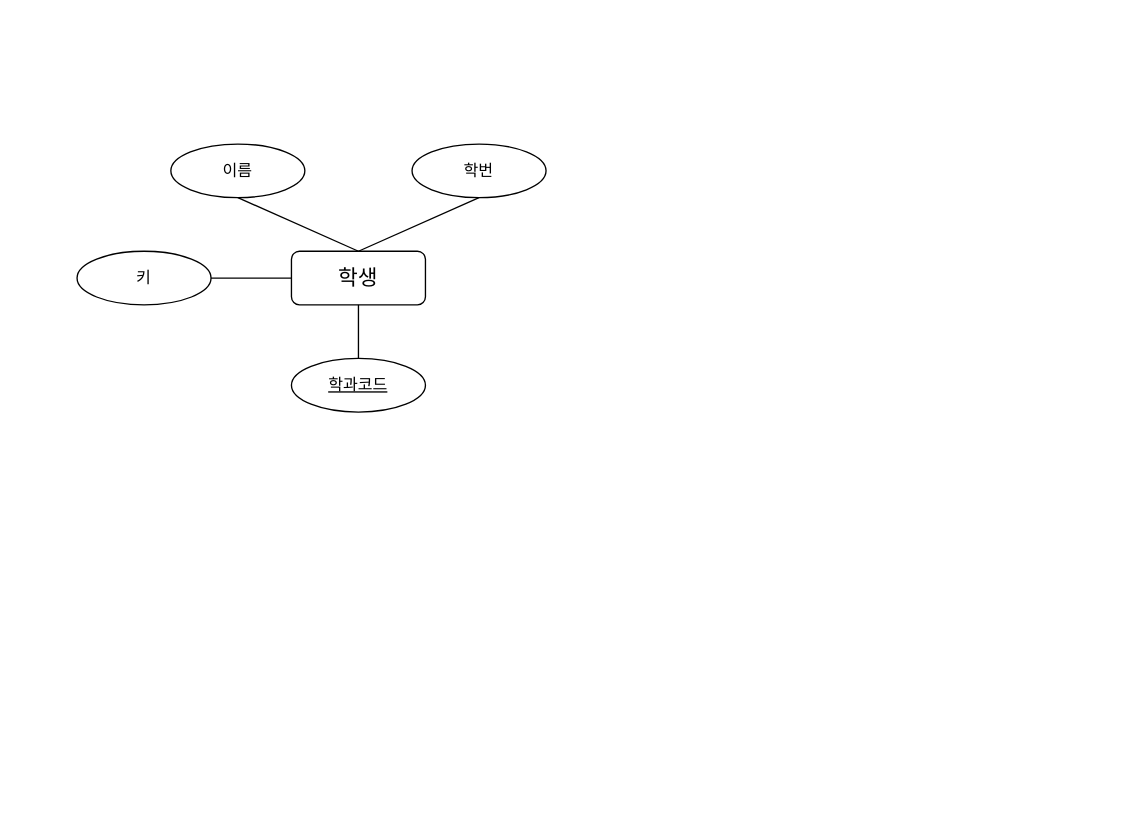
The draw.io diagram page "개념적 모델링" (1 of 2) of 학사관리 시스템.drawio in Chordingg/ERD-, before the edit. Source tidied: cells renumbered, new cells numbered last; positions are measured from the earlier drawing's top-left corner, leaving out a move shared by most shapes. Both pictures are drawn from the tidied source at 134%, with x=0, y=0 at pixel (76, 143).
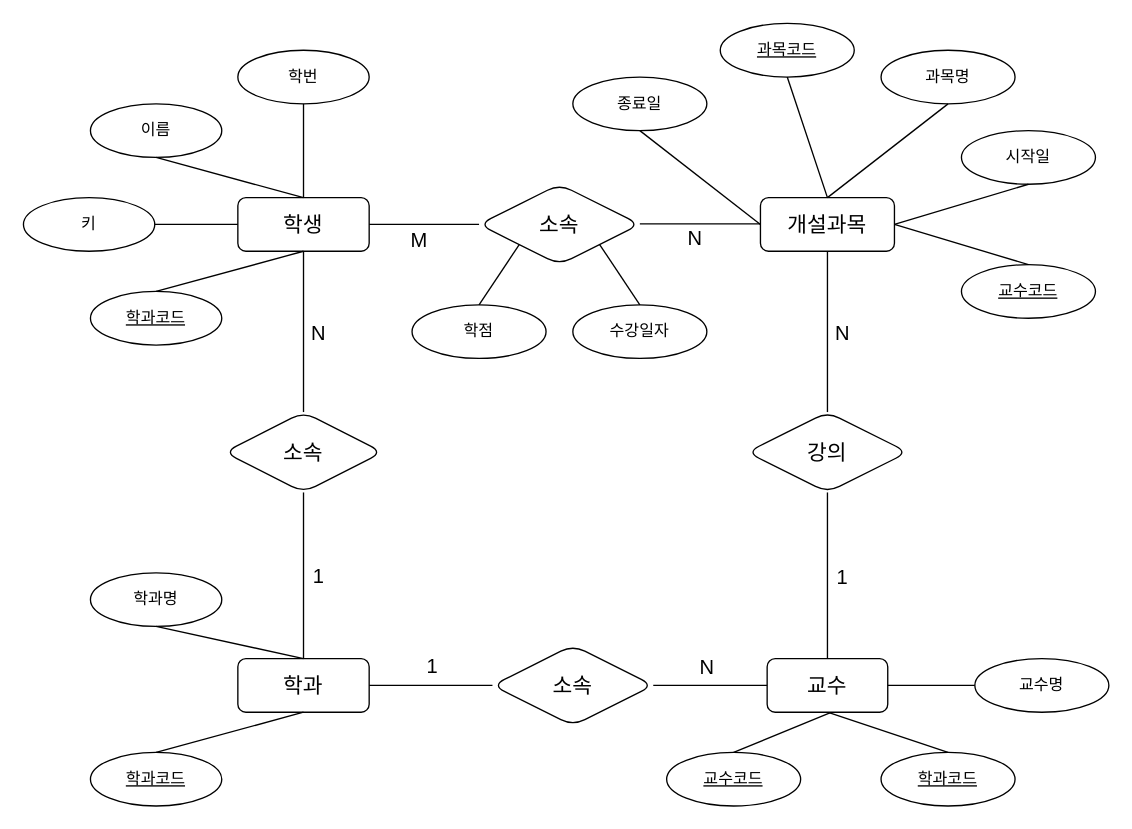
Above is the later version.

Commit message (it also covers changes not shown here):
학사관리 시스템.drawio 업데이트

Change to the diagram source:
```diff
@@
     <mxCell id="2" value="&lt;font style=&quot;font-size: 16px;&quot;&gt;학생&lt;/font&gt;" style="whiteSpace=wrap;html=1;align=center;rounded=1;" parent="1" vertex="1">
-      <mxGeometry x="160" y="80" width="100" height="40" as="geometry" />
+      <mxGeometry x="120" y="40" width="98" height="40" as="geometry" />
     </mxCell>
     <mxCell id="3" value="학과코드" style="ellipse;whiteSpace=wrap;html=1;align=center;fontStyle=4;rounded=1;" parent="1" vertex="1">
-      <mxGeometry x="160" y="160" width="100" height="40" as="geometry" />
+      <mxGeometry x="10" y="110" width="98" height="40" as="geometry" />
     </mxCell>
     <mxCell id="4" value="이름" style="ellipse;whiteSpace=wrap;html=1;align=center;rounded=1;" parent="1" vertex="1">
-      <mxGeometry x="70" width="100" height="40" as="geometry" />
+      <mxGeometry x="10" y="-30" width="98" height="40" as="geometry" />
     </mxCell>
     <mxCell id="5" value="키" style="ellipse;whiteSpace=wrap;html=1;align=center;rounded=1;" parent="1" vertex="1">
-      <mxGeometry y="80" width="100" height="40" as="geometry" />
+      <mxGeometry x="-40" y="40" width="98" height="40" as="geometry" />
     </mxCell>
     <mxCell id="6" value="학번" style="ellipse;whiteSpace=wrap;html=1;align=center;rounded=1;" parent="1" vertex="1">
-      <mxGeometry x="250" width="100" height="40" as="geometry" />
+      <mxGeometry x="120" y="-70" width="98" height="40" as="geometry" />
     </mxCell>
-    <mxCell id="7" style="endArrow=none;html=1;rounded=0;fontSize=12;startSize=8;endSize=8;curved=1;entryX=0.5;entryY=1;entryDx=0;entryDy=0;exitX=0.5;exitY=0;exitDx=0;exitDy=0;" parent="1" edge="1" source="2" target="6">
+    <mxCell id="7" style="endArrow=none;html=1;rounded=1;fontSize=12;startSize=8;endSize=8;curved=1;entryX=0.5;entryY=1;entryDx=0;entryDy=0;exitX=0.5;exitY=0;exitDx=0;exitDy=0;" parent="1" edge="1" source="2" target="6">
       <mxGeometry relative="1" as="geometry" />
     </mxCell>
-    <mxCell id="8" style="endArrow=none;html=1;rounded=0;fontSize=12;startSize=8;endSize=8;curved=1;exitX=0.5;exitY=1;exitDx=0;exitDy=0;entryX=0.5;entryY=0;entryDx=0;entryDy=0;" parent="1" edge="1" source="4" target="2">
+    <mxCell id="8" style="endArrow=none;html=1;rounded=1;fontSize=12;startSize=8;endSize=8;curved=1;exitX=0.5;exitY=1;exitDx=0;exitDy=0;entryX=0.5;entryY=0;entryDx=0;entryDy=0;" parent="1" edge="1" source="4" target="2">
       <mxGeometry relative="1" as="geometry" />
     </mxCell>
-    <mxCell id="9" style="endArrow=none;html=1;rounded=0;fontSize=12;startSize=8;endSize=8;curved=1;exitX=1;exitY=0.5;exitDx=0;exitDy=0;entryX=0;entryY=0.5;entryDx=0;entryDy=0;" parent="1" edge="1" source="5" target="2">
+    <mxCell id="9" style="endArrow=none;html=1;rounded=1;fontSize=12;startSize=8;endSize=8;curved=1;exitX=1;exitY=0.5;exitDx=0;exitDy=0;entryX=0;entryY=0.5;entryDx=0;entryDy=0;" parent="1" edge="1" source="5" target="2">
       <mxGeometry relative="1" as="geometry" />
     </mxCell>
-    <mxCell id="10" style="endArrow=none;html=1;rounded=0;fontSize=12;startSize=8;endSize=8;curved=1;exitX=0.5;exitY=1;exitDx=0;exitDy=0;" parent="1" edge="1" source="2">
-      <mxGeometry relative="1" as="geometry">
-        <mxPoint x="210" y="160" as="targetPoint" />
-      </mxGeometry>
+    <mxCell id="10" style="endArrow=none;html=1;rounded=1;fontSize=12;startSize=8;endSize=8;curved=1;exitX=0.5;exitY=1;exitDx=0;exitDy=0;entryX=0.5;entryY=0;entryDx=0;entryDy=0;" parent="1" edge="1" source="2" target="3">
+      <mxGeometry relative="1" as="geometry" />
     </mxCell>
+    <mxCell id="11" value="&lt;span style=&quot;font-size: 16px;&quot;&gt;학과&lt;/span&gt;" style="whiteSpace=wrap;html=1;align=center;rounded=1;" parent="1" vertex="1">
+      <mxGeometry x="120" y="384" width="98" height="40" as="geometry" />
+    </mxCell>
+    <mxCell id="12" value="학과명" style="ellipse;whiteSpace=wrap;html=1;align=center;rounded=1;" parent="1" vertex="1">
+      <mxGeometry x="10" y="320" width="98" height="40" as="geometry" />
+    </mxCell>
+    <mxCell id="13" value="학과코드" style="ellipse;whiteSpace=wrap;html=1;align=center;fontStyle=4;rounded=1;" parent="1" vertex="1">
+      <mxGeometry x="10" y="454" width="98" height="40" as="geometry" />
+    </mxCell>
+    <mxCell id="14" style="endArrow=none;html=1;rounded=1;fontSize=12;startSize=8;endSize=8;curved=1;entryX=0.5;entryY=1;entryDx=0;entryDy=0;exitX=0.5;exitY=0;exitDx=0;exitDy=0;" parent="1" edge="1" source="13" target="11">
+      <mxGeometry relative="1" as="geometry" />
+    </mxCell>
+    <mxCell id="15" style="endArrow=none;html=1;rounded=1;fontSize=12;startSize=8;endSize=8;curved=1;entryX=0.5;entryY=1;entryDx=0;entryDy=0;exitX=0.5;exitY=0;exitDx=0;exitDy=0;" parent="1" edge="1" source="11" target="12">
+      <mxGeometry relative="1" as="geometry" />
+    </mxCell>
+    <mxCell id="16" value="학과코드" style="ellipse;whiteSpace=wrap;html=1;align=center;fontStyle=4;rounded=1;" parent="1" vertex="1">
+      <mxGeometry x="600" y="454" width="100" height="40" as="geometry" />
+    </mxCell>
+    <mxCell id="17" value="교수코드" style="ellipse;whiteSpace=wrap;html=1;align=center;fontStyle=4;rounded=1;" parent="1" vertex="1">
+      <mxGeometry x="440" y="454" width="100" height="40" as="geometry" />
+    </mxCell>
+    <mxCell id="18" style="endArrow=none;html=1;rounded=1;fontSize=12;startSize=8;endSize=8;curved=1;exitX=0.5;exitY=0;exitDx=0;exitDy=0;entryX=0;entryY=1;entryDx=0;entryDy=0;" parent="1" edge="1" source="17">
+      <mxGeometry relative="1" as="geometry">
+        <mxPoint x="575" y="419" as="targetPoint" />
+      </mxGeometry>
+    </mxCell>
+    <mxCell id="19" style="endArrow=none;html=1;rounded=1;fontSize=12;startSize=8;endSize=8;curved=1;exitX=0.5;exitY=0;exitDx=0;exitDy=0;entryX=0.5;entryY=1;entryDx=0;entryDy=0;" parent="1" edge="1" source="16" target="20">
+      <mxGeometry relative="1" as="geometry" />
+    </mxCell>
+    <mxCell id="20" value="&lt;font style=&quot;font-size: 16px;&quot;&gt;교수&lt;/font&gt;" style="whiteSpace=wrap;html=1;align=center;rounded=1;" parent="1" vertex="1">
+      <mxGeometry x="515" y="384" width="90" height="40" as="geometry" />
+    </mxCell>
+    <mxCell id="21" value="교수명" style="ellipse;whiteSpace=wrap;html=1;align=center;rounded=1;" parent="1" vertex="1">
+      <mxGeometry x="670" y="384" width="100" height="40" as="geometry" />
+    </mxCell>
+    <mxCell id="22" style="endArrow=none;html=1;rounded=1;fontSize=12;startSize=8;endSize=8;curved=1;exitX=1;exitY=0.5;exitDx=0;exitDy=0;entryX=0;entryY=0.5;entryDx=0;entryDy=0;" parent="1" edge="1" source="20" target="21">
+      <mxGeometry relative="1" as="geometry" />
+    </mxCell>
+    <mxCell id="23" value="&lt;font style=&quot;font-size: 16px;&quot;&gt;개설과목&lt;/font&gt;" style="whiteSpace=wrap;html=1;align=center;rounded=1;" parent="1" vertex="1">
+      <mxGeometry x="510" y="40" width="100" height="40" as="geometry" />
+    </mxCell>
+    <mxCell id="24" value="과목코드" style="ellipse;whiteSpace=wrap;html=1;align=center;fontStyle=4;rounded=1;" parent="1" vertex="1">
+      <mxGeometry x="480" y="-90" width="100" height="40" as="geometry" />
+    </mxCell>
+    <mxCell id="25" value="교수코드" style="ellipse;whiteSpace=wrap;html=1;align=center;fontStyle=4;rounded=1;" parent="1" vertex="1">
+      <mxGeometry x="660" y="90" width="100" height="40" as="geometry" />
+    </mxCell>
+    <mxCell id="26" value="과목명" style="ellipse;whiteSpace=wrap;html=1;align=center;rounded=1;" parent="1" vertex="1">
+      <mxGeometry x="600" y="-70" width="100" height="40" as="geometry" />
+    </mxCell>
+    <mxCell id="27" value="종료일" style="ellipse;whiteSpace=wrap;html=1;align=center;rounded=1;" parent="1" vertex="1">
+      <mxGeometry x="370" y="-50" width="100" height="40" as="geometry" />
+    </mxCell>
+    <mxCell id="28" value="시작일" style="ellipse;whiteSpace=wrap;html=1;align=center;rounded=1;" parent="1" vertex="1">
+      <mxGeometry x="660" y="-10" width="100" height="40" as="geometry" />
+    </mxCell>
+    <mxCell id="29" style="endArrow=none;html=1;rounded=1;fontSize=12;startSize=8;endSize=8;curved=1;entryX=0.5;entryY=1;entryDx=0;entryDy=0;exitX=1;exitY=0.5;exitDx=0;exitDy=0;" parent="1" edge="1" source="23" target="28">
+      <mxGeometry relative="1" as="geometry" />
+    </mxCell>
+    <mxCell id="30" style="endArrow=none;html=1;rounded=1;fontSize=12;startSize=8;endSize=8;curved=1;exitX=0.5;exitY=1;exitDx=0;exitDy=0;entryX=0.5;entryY=0;entryDx=0;entryDy=0;" parent="1" edge="1" source="24" target="23">
+      <mxGeometry relative="1" as="geometry" />
+    </mxCell>
+    <mxCell id="31" style="endArrow=none;html=1;rounded=1;fontSize=12;startSize=8;endSize=8;curved=1;entryX=0.5;entryY=1;entryDx=0;entryDy=0;exitX=0;exitY=0.5;exitDx=0;exitDy=0;" parent="1" edge="1" source="23" target="27">
+      <mxGeometry relative="1" as="geometry" />
+    </mxCell>
+    <mxCell id="32" style="endArrow=none;html=1;rounded=1;fontSize=12;startSize=8;endSize=8;curved=1;entryX=0.5;entryY=0;entryDx=0;entryDy=0;exitX=1;exitY=0.5;exitDx=0;exitDy=0;" parent="1" edge="1" source="23" target="25">
+      <mxGeometry relative="1" as="geometry" />
+    </mxCell>
+    <mxCell id="33" style="endArrow=none;html=1;rounded=1;fontSize=12;startSize=8;endSize=8;curved=1;entryX=0.5;entryY=1;entryDx=0;entryDy=0;exitX=0.5;exitY=0;exitDx=0;exitDy=0;" parent="1" edge="1" source="23" target="26">
+      <mxGeometry relative="1" as="geometry" />
+    </mxCell>
+    <mxCell id="34" value="&lt;font style=&quot;font-size: 16px;&quot;&gt;소속&lt;/font&gt;" style="shape=rhombus;perimeter=rhombusPerimeter;whiteSpace=wrap;html=1;align=center;rounded=1;" parent="1" vertex="1">
+      <mxGeometry x="310" y="374" width="120" height="60" as="geometry" />
+    </mxCell>
+    <mxCell id="35" style="endArrow=none;html=1;rounded=1;fontSize=12;startSize=8;endSize=8;curved=1;exitX=1;exitY=0.5;exitDx=0;exitDy=0;entryX=0;entryY=0.5;entryDx=0;entryDy=0;" parent="1" edge="1" source="11" target="34">
+      <mxGeometry relative="1" as="geometry" />
+    </mxCell>
+    <mxCell id="36" style="endArrow=none;html=1;rounded=1;fontSize=12;startSize=8;endSize=8;curved=1;entryX=0;entryY=0.5;entryDx=0;entryDy=0;exitX=1;exitY=0.5;exitDx=0;exitDy=0;" parent="1" edge="1" source="34" target="20">
+      <mxGeometry relative="1" as="geometry" />
+    </mxCell>
+    <mxCell id="37" value="N" style="edgeLabel;html=1;align=center;verticalAlign=middle;fontSize=15;rounded=1;" parent="36" vertex="1">
+      <mxGeometry x="0.07" y="3" relative="1" as="geometry">
+        <mxPoint x="-6" y="-12" as="offset" />
+      </mxGeometry>
+    </mxCell>
+    <mxCell id="38" value="&lt;font style=&quot;font-size: 15px;&quot;&gt;1&lt;/font&gt;" style="text;html=1;align=center;verticalAlign=middle;strokeColor=none;fillColor=none;fontSize=16;rounded=1;" parent="1" vertex="1">
+      <mxGeometry x="250" y="374" width="30" height="30" as="geometry" />
+    </mxCell>
+    <mxCell id="39" value="&lt;font style=&quot;font-size: 16px;&quot;&gt;소속&lt;/font&gt;" style="shape=rhombus;perimeter=rhombusPerimeter;whiteSpace=wrap;html=1;align=center;rounded=1;" parent="1" vertex="1">
+      <mxGeometry x="110" y="200" width="118" height="60" as="geometry" />
+    </mxCell>
+    <mxCell id="40" style="endArrow=none;html=1;rounded=1;fontSize=12;startSize=8;endSize=8;curved=1;exitX=0.5;exitY=1;exitDx=0;exitDy=0;entryX=0.5;entryY=0;entryDx=0;entryDy=0;" parent="1" edge="1" source="39" target="11">
+      <mxGeometry relative="1" as="geometry" />
+    </mxCell>
+    <mxCell id="41" value="1" style="edgeLabel;html=1;align=center;verticalAlign=middle;fontSize=15;rounded=1;" parent="40" vertex="1">
+      <mxGeometry x="-0.18" y="-4" relative="1" as="geometry">
+        <mxPoint x="14" y="10" as="offset" />
+      </mxGeometry>
+    </mxCell>
+    <mxCell id="42" style="endArrow=none;html=1;rounded=1;fontSize=12;startSize=8;endSize=8;curved=1;exitX=0.5;exitY=1;exitDx=0;exitDy=0;entryX=0.5;entryY=0;entryDx=0;entryDy=0;" parent="1" edge="1" source="2" target="39">
+      <mxGeometry relative="1" as="geometry" />
+    </mxCell>
+    <mxCell id="43" value="N" style="edgeLabel;html=1;align=center;verticalAlign=middle;fontSize=15;rounded=1;" parent="42" vertex="1">
+      <mxGeometry x="0.07" y="2" relative="1" as="geometry">
+        <mxPoint x="8" y="-4" as="offset" />
+      </mxGeometry>
+    </mxCell>
+    <mxCell id="44" value="&lt;span style=&quot;font-size: 16px;&quot;&gt;강의&lt;/span&gt;" style="shape=rhombus;perimeter=rhombusPerimeter;whiteSpace=wrap;html=1;align=center;rounded=1;" parent="1" vertex="1">
+      <mxGeometry x="500" y="200" width="120" height="60" as="geometry" />
+    </mxCell>
+    <mxCell id="45" style="endArrow=none;html=1;rounded=1;fontSize=12;startSize=8;endSize=8;curved=1;exitX=0.5;exitY=1;exitDx=0;exitDy=0;entryX=0.5;entryY=0;entryDx=0;entryDy=0;" parent="1" edge="1" source="23" target="44">
+      <mxGeometry relative="1" as="geometry" />
+    </mxCell>
+    <mxCell id="46" value="N" style="edgeLabel;html=1;align=center;verticalAlign=middle;fontSize=15;rounded=1;" parent="45" vertex="1">
+      <mxGeometry x="0.07" y="2" relative="1" as="geometry">
+        <mxPoint x="8" y="-4" as="offset" />
+      </mxGeometry>
+    </mxCell>
+    <mxCell id="47" style="endArrow=none;html=1;rounded=1;fontSize=12;startSize=8;endSize=8;curved=1;exitX=0.5;exitY=1;exitDx=0;exitDy=0;entryX=0.5;entryY=0;entryDx=0;entryDy=0;" parent="1" edge="1" source="44" target="20">
+      <mxGeometry relative="1" as="geometry" />
+    </mxCell>
+    <mxCell id="48" value="1" style="edgeLabel;html=1;align=center;verticalAlign=middle;fontSize=15;rounded=1;" parent="47" vertex="1">
+      <mxGeometry x="0.07" y="2" relative="1" as="geometry">
+        <mxPoint x="8" y="-4" as="offset" />
+      </mxGeometry>
+    </mxCell>
+    <mxCell id="49" value="&lt;font style=&quot;font-size: 16px;&quot;&gt;소속&lt;/font&gt;" style="shape=rhombus;perimeter=rhombusPerimeter;whiteSpace=wrap;html=1;align=center;rounded=1;" parent="1" vertex="1">
+      <mxGeometry x="300" y="30" width="120" height="60" as="geometry" />
+    </mxCell>
+    <mxCell id="50" style="endArrow=none;html=1;rounded=1;fontSize=12;startSize=8;endSize=8;curved=1;exitX=0;exitY=0.5;exitDx=0;exitDy=0;entryX=1;entryY=0.5;entryDx=0;entryDy=0;" parent="1" edge="1">
+      <mxGeometry relative="1" as="geometry">
+        <mxPoint x="510" y="59.6" as="sourcePoint" />
+        <mxPoint x="420" y="59.6" as="targetPoint" />
+      </mxGeometry>
+    </mxCell>
+    <mxCell id="51" value="N" style="edgeLabel;html=1;align=center;verticalAlign=middle;fontSize=15;rounded=1;" parent="50" vertex="1">
+      <mxGeometry x="0.07" y="2" relative="1" as="geometry">
+        <mxPoint x="-2" y="8" as="offset" />
+      </mxGeometry>
+    </mxCell>
+    <mxCell id="52" style="endArrow=none;html=1;rounded=1;fontSize=12;startSize=8;endSize=8;curved=1;exitX=0;exitY=0.5;exitDx=0;exitDy=0;entryX=1;entryY=0.5;entryDx=0;entryDy=0;" parent="1" edge="1" source="49" target="2">
+      <mxGeometry relative="1" as="geometry" />
+    </mxCell>
+    <mxCell id="53" value="M" style="edgeLabel;html=1;align=center;verticalAlign=middle;fontSize=15;rounded=1;" parent="52" vertex="1">
+      <mxGeometry x="0.07" y="2" relative="1" as="geometry">
+        <mxPoint x="-2" y="8" as="offset" />
+      </mxGeometry>
+    </mxCell>
+    <mxCell id="54" value="학점" style="ellipse;whiteSpace=wrap;html=1;align=center;rounded=1;" parent="1" vertex="1">
+      <mxGeometry x="250" y="120" width="100" height="40" as="geometry" />
+    </mxCell>
+    <mxCell id="55" value="수강일자" style="ellipse;whiteSpace=wrap;html=1;align=center;rounded=1;" parent="1" vertex="1">
+      <mxGeometry x="370" y="120" width="100" height="40" as="geometry" />
+    </mxCell>
+    <mxCell id="56" style="endArrow=none;html=1;rounded=0;fontSize=12;startSize=8;endSize=8;curved=1;exitX=0;exitY=1;exitDx=0;exitDy=0;entryX=0.5;entryY=0;entryDx=0;entryDy=0;" parent="1" edge="1" source="49" target="54">
+      <mxGeometry relative="1" as="geometry" />
+    </mxCell>
+    <mxCell id="57" style="endArrow=none;html=1;rounded=0;fontSize=12;startSize=8;endSize=8;curved=1;entryX=0.5;entryY=0;entryDx=0;entryDy=0;exitX=1;exitY=1;exitDx=0;exitDy=0;" parent="1" edge="1" source="49" target="55">
+      <mxGeometry relative="1" as="geometry" />
+    </mxCell>
```
